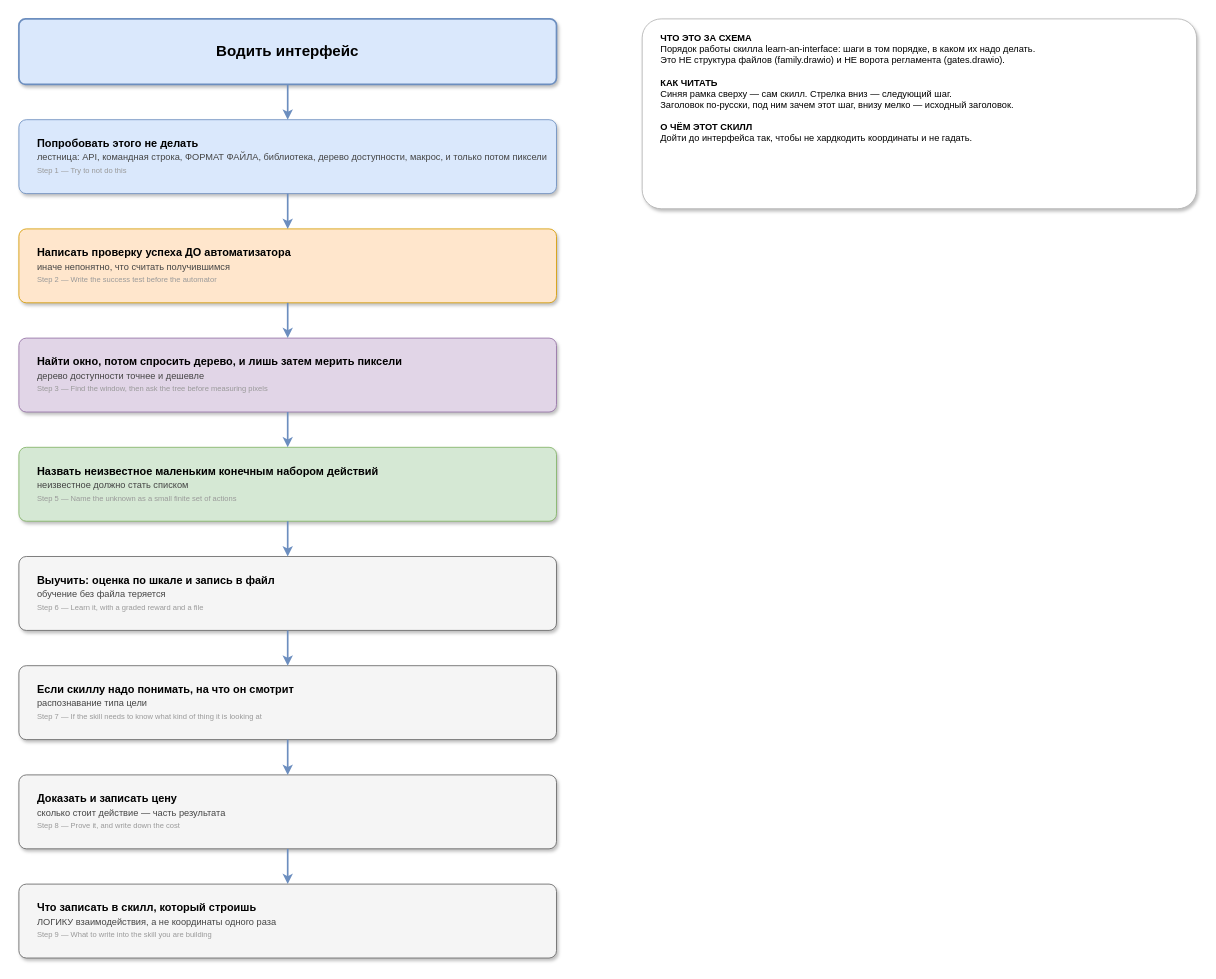
ubik-dsh/deepseek-harness-skills keeps this draw.io diagram as skills/learn-an-interface/assets/diagram.drawio. Above is the earlier version. Source tidied: cells renumbered, new cells numbered last; positions are measured from the earlier drawing's top-left corner, leaving out a move shared by most shapes. Both pictures are drawn from the tidied source at 84%, with x=0, y=0 at pixel (18, 18).
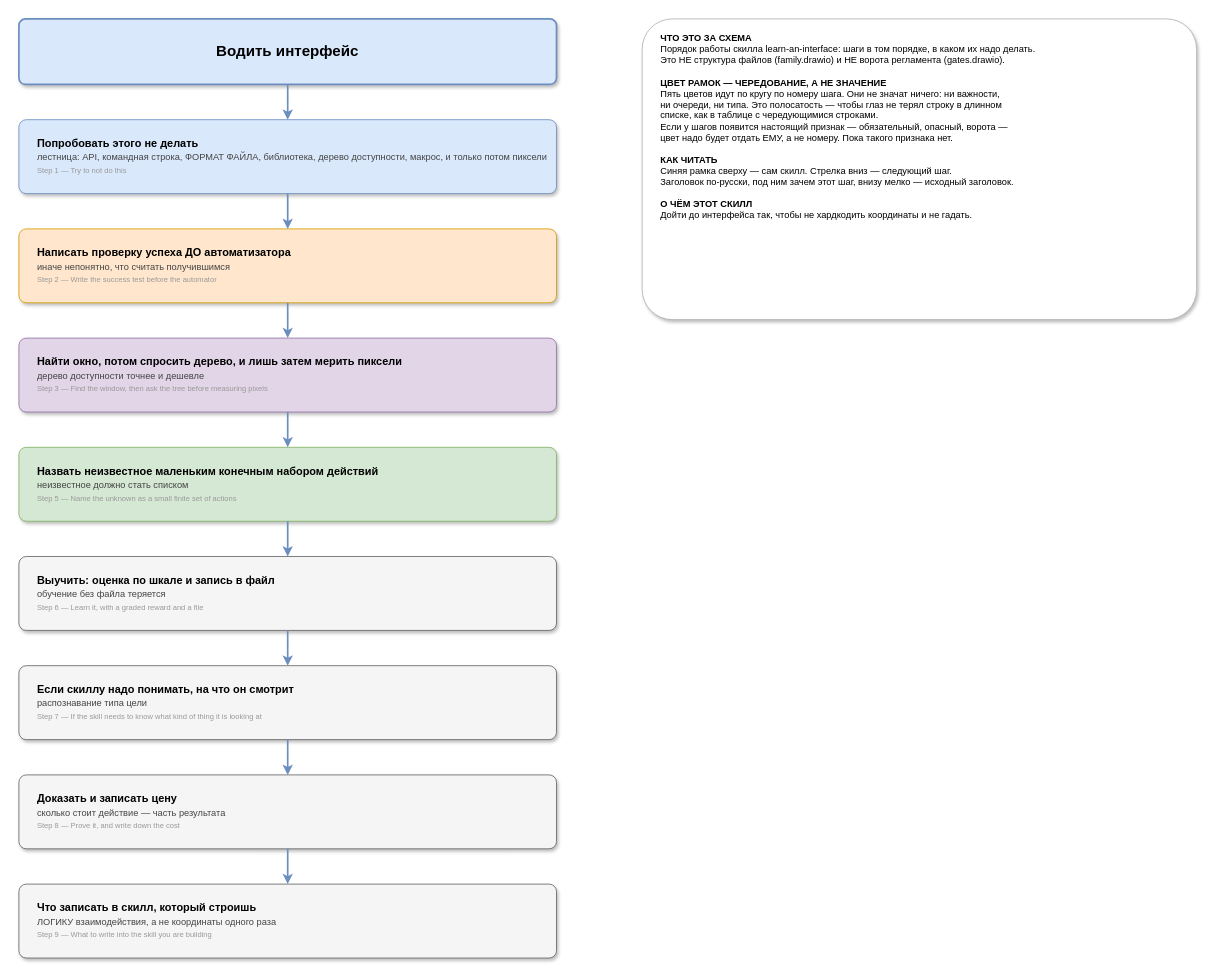
The same diagram, later.

Diff of the diagram source:
```diff
@@
 <mxGraphModel>
   <root>
     <mxCell id="0" />
     <mxCell id="1" parent="0" />
     <mxCell id="2" value="Водить интерфейс" style="rounded=1;arcSize=10;whiteSpace=wrap;html=1;shadow=1;strokeWidth=2;fillColor=#DAE8FC;strokeColor=#6C8EBF;fontSize=18;fontStyle=1;align=center;verticalAlign=middle;" parent="1" vertex="1">
       <mxGeometry width="640" height="78" as="geometry" />
     </mxCell>
     <mxCell id="3" value="&lt;b&gt;Попробовать этого не делать&lt;/b&gt;&lt;br&gt;&lt;font color=&quot;#444444&quot; style=&quot;font-size:11px&quot;&gt;лестница: API, командная строка, ФОРМАТ ФАЙЛА, библиотека, дерево доступности, макрос, и только потом пиксели&lt;/font&gt;&lt;br&gt;&lt;font color=&quot;#999999&quot; style=&quot;font-size:9px&quot;&gt;Step 1 — Try to not do this&lt;/font&gt;" style="rounded=1;arcSize=10;whiteSpace=wrap;html=1;shadow=1;strokeWidth=1;fillColor=#DAE8FC;strokeColor=#6C8EBF;align=left;verticalAlign=middle;spacingLeft=20;spacingTop=10;spacingBottom=10;fontSize=13;" parent="1" vertex="1">
       <mxGeometry y="120" width="640" height="88" as="geometry" />
     </mxCell>
     <mxCell id="4" style="endArrow=classic;html=1;strokeColor=#6C8EBF;strokeWidth=2;rounded=0;edgeStyle=orthogonalEdgeStyle;exitX=0.5;exitY=1;exitDx=0;exitDy=0;entryX=0.5;entryY=0;entryDx=0;entryDy=0;" parent="1" edge="1" source="2" target="3">
       <mxGeometry relative="1" as="geometry" />
     </mxCell>
     <mxCell id="5" value="&lt;b&gt;Написать проверку успеха ДО автоматизатора&lt;/b&gt;&lt;br&gt;&lt;font color=&quot;#444444&quot; style=&quot;font-size:11px&quot;&gt;иначе непонятно, что считать получившимся&lt;/font&gt;&lt;br&gt;&lt;font color=&quot;#999999&quot; style=&quot;font-size:9px&quot;&gt;Step 2 — Write the success test before the automator&lt;/font&gt;" style="rounded=1;arcSize=10;whiteSpace=wrap;html=1;shadow=1;strokeWidth=1;fillColor=#FFE6CC;strokeColor=#D79B00;align=left;verticalAlign=middle;spacingLeft=20;spacingTop=10;spacingBottom=10;fontSize=13;" parent="1" vertex="1">
       <mxGeometry y="250" width="640" height="88" as="geometry" />
     </mxCell>
     <mxCell id="6" style="endArrow=classic;html=1;strokeColor=#6C8EBF;strokeWidth=2;rounded=0;edgeStyle=orthogonalEdgeStyle;exitX=0.5;exitY=1;exitDx=0;exitDy=0;entryX=0.5;entryY=0;entryDx=0;entryDy=0;" parent="1" edge="1" source="3" target="5">
       <mxGeometry relative="1" as="geometry" />
     </mxCell>
     <mxCell id="7" value="&lt;b&gt;Найти окно, потом спросить дерево, и лишь затем мерить пиксели&lt;/b&gt;&lt;br&gt;&lt;font color=&quot;#444444&quot; style=&quot;font-size:11px&quot;&gt;дерево доступности точнее и дешевле&lt;/font&gt;&lt;br&gt;&lt;font color=&quot;#999999&quot; style=&quot;font-size:9px&quot;&gt;Step 3 — Find the window, then ask the tree before measuring pixels&lt;/font&gt;" style="rounded=1;arcSize=10;whiteSpace=wrap;html=1;shadow=1;strokeWidth=1;fillColor=#E1D5E7;strokeColor=#9673A6;align=left;verticalAlign=middle;spacingLeft=20;spacingTop=10;spacingBottom=10;fontSize=13;" parent="1" vertex="1">
       <mxGeometry y="380" width="640" height="88" as="geometry" />
     </mxCell>
     <mxCell id="8" style="endArrow=classic;html=1;strokeColor=#6C8EBF;strokeWidth=2;rounded=0;edgeStyle=orthogonalEdgeStyle;exitX=0.5;exitY=1;exitDx=0;exitDy=0;entryX=0.5;entryY=0;entryDx=0;entryDy=0;" parent="1" edge="1" source="5" target="7">
       <mxGeometry relative="1" as="geometry" />
     </mxCell>
     <mxCell id="9" value="&lt;b&gt;Назвать неизвестное маленьким конечным набором действий&lt;/b&gt;&lt;br&gt;&lt;font color=&quot;#444444&quot; style=&quot;font-size:11px&quot;&gt;неизвестное должно стать списком&lt;/font&gt;&lt;br&gt;&lt;font color=&quot;#999999&quot; style=&quot;font-size:9px&quot;&gt;Step 5 — Name the unknown as a small finite set of actions&lt;/font&gt;" style="rounded=1;arcSize=10;whiteSpace=wrap;html=1;shadow=1;strokeWidth=1;fillColor=#D5E8D4;strokeColor=#82B366;align=left;verticalAlign=middle;spacingLeft=20;spacingTop=10;spacingBottom=10;fontSize=13;" parent="1" vertex="1">
       <mxGeometry y="510" width="640" height="88" as="geometry" />
     </mxCell>
     <mxCell id="10" style="endArrow=classic;html=1;strokeColor=#6C8EBF;strokeWidth=2;rounded=0;edgeStyle=orthogonalEdgeStyle;exitX=0.5;exitY=1;exitDx=0;exitDy=0;entryX=0.5;entryY=0;entryDx=0;entryDy=0;" parent="1" edge="1" source="7" target="9">
       <mxGeometry relative="1" as="geometry" />
     </mxCell>
     <mxCell id="11" value="&lt;b&gt;Выучить: оценка по шкале и запись в файл&lt;/b&gt;&lt;br&gt;&lt;font color=&quot;#444444&quot; style=&quot;font-size:11px&quot;&gt;обучение без файла теряется&lt;/font&gt;&lt;br&gt;&lt;font color=&quot;#999999&quot; style=&quot;font-size:9px&quot;&gt;Step 6 — Learn it, with a graded reward and a file&lt;/font&gt;" style="rounded=1;arcSize=10;whiteSpace=wrap;html=1;shadow=1;strokeWidth=1;fillColor=#F5F5F5;strokeColor=#666666;align=left;verticalAlign=middle;spacingLeft=20;spacingTop=10;spacingBottom=10;fontSize=13;" parent="1" vertex="1">
       <mxGeometry y="640" width="640" height="88" as="geometry" />
     </mxCell>
     <mxCell id="12" style="endArrow=classic;html=1;strokeColor=#6C8EBF;strokeWidth=2;rounded=0;edgeStyle=orthogonalEdgeStyle;exitX=0.5;exitY=1;exitDx=0;exitDy=0;entryX=0.5;entryY=0;entryDx=0;entryDy=0;" parent="1" edge="1" source="9" target="11">
       <mxGeometry relative="1" as="geometry" />
     </mxCell>
     <mxCell id="13" value="&lt;b&gt;Если скиллу надо понимать, на что он смотрит&lt;/b&gt;&lt;br&gt;&lt;font color=&quot;#444444&quot; style=&quot;font-size:11px&quot;&gt;распознавание типа цели&lt;/font&gt;&lt;br&gt;&lt;font color=&quot;#999999&quot; style=&quot;font-size:9px&quot;&gt;Step 7 — If the skill needs to know what kind of thing it is looking at&lt;/font&gt;" style="rounded=1;arcSize=10;whiteSpace=wrap;html=1;shadow=1;strokeWidth=1;fillColor=#F5F5F5;strokeColor=#666666;align=left;verticalAlign=middle;spacingLeft=20;spacingTop=10;spacingBottom=10;fontSize=13;" parent="1" vertex="1">
       <mxGeometry y="770" width="640" height="88" as="geometry" />
     </mxCell>
     <mxCell id="14" style="endArrow=classic;html=1;strokeColor=#6C8EBF;strokeWidth=2;rounded=0;edgeStyle=orthogonalEdgeStyle;exitX=0.5;exitY=1;exitDx=0;exitDy=0;entryX=0.5;entryY=0;entryDx=0;entryDy=0;" parent="1" edge="1" source="11" target="13">
       <mxGeometry relative="1" as="geometry" />
     </mxCell>
     <mxCell id="15" value="&lt;b&gt;Доказать и записать цену&lt;/b&gt;&lt;br&gt;&lt;font color=&quot;#444444&quot; style=&quot;font-size:11px&quot;&gt;сколько стоит действие — часть результата&lt;/font&gt;&lt;br&gt;&lt;font color=&quot;#999999&quot; style=&quot;font-size:9px&quot;&gt;Step 8 — Prove it, and write down the cost&lt;/font&gt;" style="rounded=1;arcSize=10;whiteSpace=wrap;html=1;shadow=1;strokeWidth=1;fillColor=#F5F5F5;strokeColor=#666666;align=left;verticalAlign=middle;spacingLeft=20;spacingTop=10;spacingBottom=10;fontSize=13;" parent="1" vertex="1">
       <mxGeometry y="900" width="640" height="88" as="geometry" />
     </mxCell>
     <mxCell id="16" style="endArrow=classic;html=1;strokeColor=#6C8EBF;strokeWidth=2;rounded=0;edgeStyle=orthogonalEdgeStyle;exitX=0.5;exitY=1;exitDx=0;exitDy=0;entryX=0.5;entryY=0;entryDx=0;entryDy=0;" parent="1" edge="1" source="13" target="15">
       <mxGeometry relative="1" as="geometry" />
     </mxCell>
     <mxCell id="17" value="&lt;b&gt;Что записать в скилл, который строишь&lt;/b&gt;&lt;br&gt;&lt;font color=&quot;#444444&quot; style=&quot;font-size:11px&quot;&gt;ЛОГИКУ взаимодействия, а не координаты одного раза&lt;/font&gt;&lt;br&gt;&lt;font color=&quot;#999999&quot; style=&quot;font-size:9px&quot;&gt;Step 9 — What to write into the skill you are building&lt;/font&gt;" style="rounded=1;arcSize=10;whiteSpace=wrap;html=1;shadow=1;strokeWidth=1;fillColor=#F5F5F5;strokeColor=#666666;align=left;verticalAlign=middle;spacingLeft=20;spacingTop=10;spacingBottom=10;fontSize=13;" parent="1" vertex="1">
       <mxGeometry y="1030" width="640" height="88" as="geometry" />
     </mxCell>
     <mxCell id="18" style="endArrow=classic;html=1;strokeColor=#6C8EBF;strokeWidth=2;rounded=0;edgeStyle=orthogonalEdgeStyle;exitX=0.5;exitY=1;exitDx=0;exitDy=0;entryX=0.5;entryY=0;entryDx=0;entryDy=0;" parent="1" edge="1" source="15" target="17">
       <mxGeometry relative="1" as="geometry" />
     </mxCell>
-    <mxCell id="19" value="&lt;b&gt;ЧТО ЭТО ЗА СХЕМА&lt;/b&gt;&lt;br&gt;Порядок работы скилла learn-an-interface: шаги в том порядке, в каком их надо делать.&lt;br&gt;Это НЕ структура файлов (family.drawio) и НЕ ворота регламента (gates.drawio).&lt;br&gt;&amp;nbsp;&lt;br&gt;&lt;b&gt;КАК ЧИТАТЬ&lt;/b&gt;&lt;br&gt;Синяя рамка сверху — сам скилл. Стрелка вниз — следующий шаг.&lt;br&gt;Заголовок по-русски, под ним зачем этот шаг, внизу мелко — исходный заголовок.&lt;br&gt;&amp;nbsp;&lt;br&gt;&lt;b&gt;О ЧЁМ ЭТОТ СКИЛЛ&lt;/b&gt;&lt;br&gt;Дойти до интерфейса так, чтобы не хардкодить координаты и не гадать.&lt;br&gt;&amp;nbsp;" style="rounded=1;arcSize=10;whiteSpace=wrap;html=1;shadow=1;strokeWidth=1;fillColor=#FFFFFF;strokeColor=#B3B3B3;align=left;verticalAlign=top;spacingLeft=20;spacingTop=10;fontSize=11;" parent="1" vertex="1">
-      <mxGeometry x="742" width="660" height="226" as="geometry" />
+    <mxCell id="19" value="&lt;b&gt;ЧТО ЭТО ЗА СХЕМА&lt;/b&gt;&lt;br&gt;Порядок работы скилла learn-an-interface: шаги в том порядке, в каком их надо делать.&lt;br&gt;Это НЕ структура файлов (family.drawio) и НЕ ворота регламента (gates.drawio).&lt;br&gt;&amp;nbsp;&lt;br&gt;&lt;b&gt;ЦВЕТ РАМОК — ЧЕРЕДОВАНИЕ, А НЕ ЗНАЧЕНИЕ&lt;/b&gt;&lt;br&gt;Пять цветов идут по кругу по номеру шага. Они не значат ничего: ни важности,&lt;br&gt;ни очереди, ни типа. Это полосатость — чтобы глаз не терял строку в длинном&lt;br&gt;списке, как в таблице с чередующимися строками.&lt;br&gt;Если у шагов появится настоящий признак — обязательный, опасный, ворота —&lt;br&gt;цвет надо будет отдать ЕМУ, а не номеру. Пока такого признака нет.&lt;br&gt;&amp;nbsp;&lt;br&gt;&lt;b&gt;КАК ЧИТАТЬ&lt;/b&gt;&lt;br&gt;Синяя рамка сверху — сам скилл. Стрелка вниз — следующий шаг.&lt;br&gt;Заголовок по-русски, под ним зачем этот шаг, внизу мелко — исходный заголовок.&lt;br&gt;&amp;nbsp;&lt;br&gt;&lt;b&gt;О ЧЁМ ЭТОТ СКИЛЛ&lt;/b&gt;&lt;br&gt;Дойти до интерфейса так, чтобы не хардкодить координаты и не гадать.&lt;br&gt;&amp;nbsp;" style="rounded=1;arcSize=10;whiteSpace=wrap;html=1;shadow=1;strokeWidth=1;fillColor=#FFFFFF;strokeColor=#B3B3B3;align=left;verticalAlign=top;spacingLeft=20;spacingTop=10;fontSize=11;" parent="1" vertex="1">
+      <mxGeometry x="742" width="660" height="358" as="geometry" />
     </mxCell>
   </root>
 </mxGraphModel>
```
